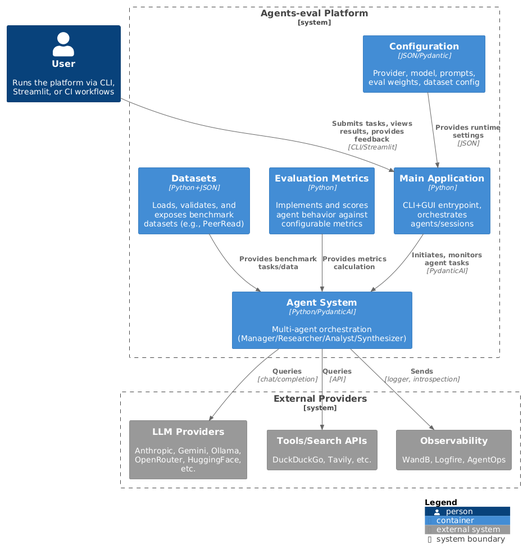
The PlantUML diagram assets/images/c4-multi-agent-system-light.png in qte77/Agents-eval, before a commit.
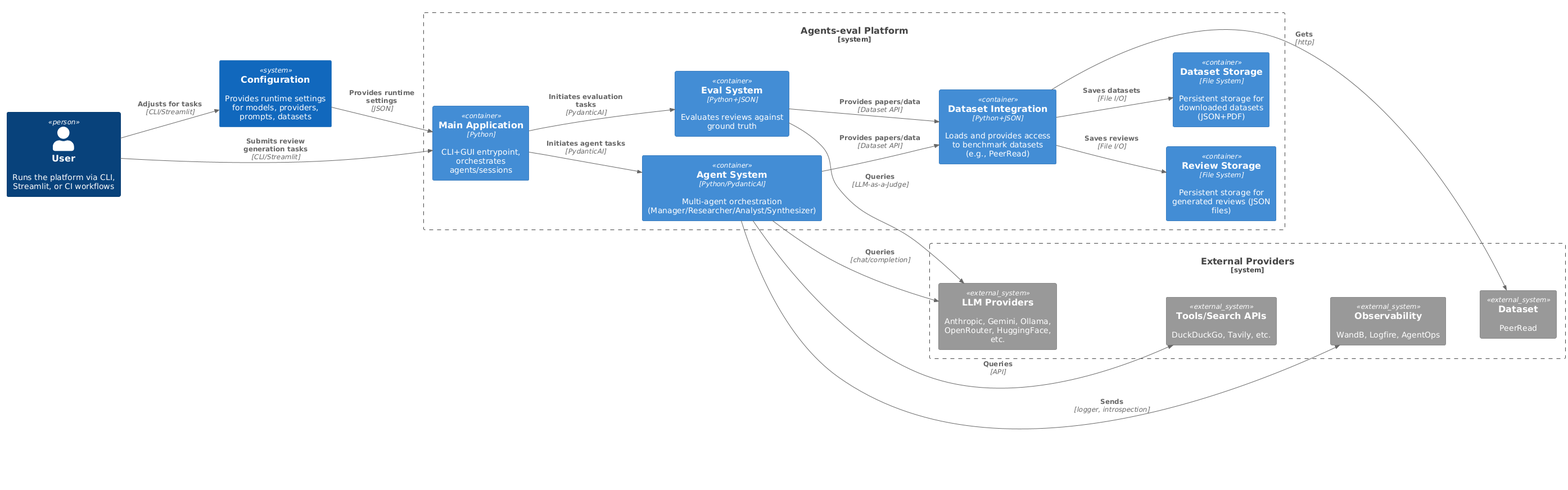
After the change.

Diff of the diagram source:
```diff
@@ -1,35 +1,59 @@
 @startuml
 !theme plain
-
 !include https://raw.githubusercontent.com/plantuml-stdlib/C4-PlantUML/master/C4_Component.puml
 
-LAYOUT_WITH_LEGEND()
+LAYOUT_LEFT_RIGHT()
 
 Person(user, "User", "Runs the platform via CLI, Streamlit, or CI workflows")
+System(config, "Configuration", "Provides runtime settings for models, providers, prompts, datasets")
+
+System_Boundary(agents_eval, "Agents-eval Platform") {
+    Container(main_app, "Main Application", "Python", "CLI+GUI entrypoint, orchestrates agents/sessions")
+
+    Container(eval, "Eval System", "Python+JSON", "Evaluates reviews against ground truth")
+    Container(agent_system, "Agent System", "Python/PydanticAI", "Multi-agent orchestration (Manager/Researcher/Analyst/Synthesizer)")
+
+    Container(datasets, "Dataset Integration", "Python+JSON", "Loads and provides access to benchmark datasets (e.g., PeerRead)")
+
+    Container(review_storage, "Review Storage", "File System", "Persistent storage for generated reviews (JSON files)")
+    Container(dataset_storage, "Dataset Storage", "File System", "Persistent storage for downloaded datasets (JSON+PDF)")
+
+    main_app -[hidden]-> eval
+    main_app -[hidden]-> agent_system
+
+    agent_system -[hidden]-> datasets
+    eval -[hidden]-> datasets
+
+    datasets -[hidden]-> review_storage
+    datasets -[hidden]-> dataset_storage
+
+}
 
 System_Boundary(external_providers, "External Providers") {
     System_Ext(llm_providers, "LLM Providers", "Anthropic, Gemini, Ollama, OpenRouter, HuggingFace, etc.")
     System_Ext(tools, "Tools/Search APIs", "DuckDuckGo, Tavily, etc.")
     System_Ext(obs, "Observability", "WandB, Logfire, AgentOps")
+    System_Ext(dataset_ext, "Dataset", "PeerRead")
+
+    llm_providers  -[hidden]-> tools
+    tools-[hidden]-> obs
+    obs-[hidden]-> dataset_ext
 }
 
-System_Boundary(agents_eval, "Agents-eval Platform") {
+Rel(user, main_app, "Submits review generation tasks", "CLI/Streamlit")
+Rel(user, config, "Adjusts for tasks", "CLI/Streamlit")
+Rel(config, main_app, "Provides runtime settings", "JSON")
+Rel(main_app, agent_system, "Initiates agent tasks", "PydanticAI")
+Rel(main_app, eval, "Initiates evaluation tasks", "PydanticAI")
+Rel(agent_system, datasets, "Provides papers/data", "Dataset API")
+Rel(eval, datasets, "Provides papers/data", "Dataset API")
+Rel(datasets, review_storage, "Saves reviews", "File I/O")
+Rel(datasets, dataset_storage, "Saves datasets", "File I/O")
 
-    Container(main_app, "Main Application", "Python", "CLI+GUI entrypoint, orchestrates agents/sessions")
-    Container(agent_system, "Agent System", "Python/PydanticAI", "Multi-agent orchestration (Manager/Researcher/Analyst/Synthesizer)")
-    Container(datasets, "Datasets", "Python+JSON", "Loads, validates, and exposes benchmark datasets (e.g., PeerRead)")
-    Container(metrics, "Evaluation Metrics", "Python", "Implements and scores agent behavior against configurable metrics")
-    Container(config, "Configuration", "JSON/Pydantic", "Provider, model, prompts, eval weights, dataset config")
+Rel_D(eval, llm_providers, "Queries", "LLM-as-a-Judge")
+Rel_D(agent_system, llm_providers, "Queries", "chat/completion")
+Rel_D(agent_system, tools, "Queries", "API")
+Rel_D(agent_system, obs, "Sends", "logger, introspection")
+Rel_D(datasets, dataset_ext, "Gets", "http")
 
-    Rel(user, main_app, "Submits tasks, views results, provides feedback", "CLI/Streamlit")
-    Rel(main_app, agent_system, "Initiates, monitors agent tasks", "PydanticAI")
-    Rel(config, main_app, "Provides runtime settings", "JSON")
-    Rel(datasets, agent_system, "Provides benchmark tasks/data")
-    Rel(metrics, agent_system, "Provides metrics calculation")
-    Rel(agent_system, llm_providers, "Queries", "chat/completion")
-    Rel(agent_system, tools, "Queries", "API")
-    Rel(agent_system, obs, "Sends", "logger, introspection")
-}
-
-SHOW_LEGEND()
 @enduml
```
